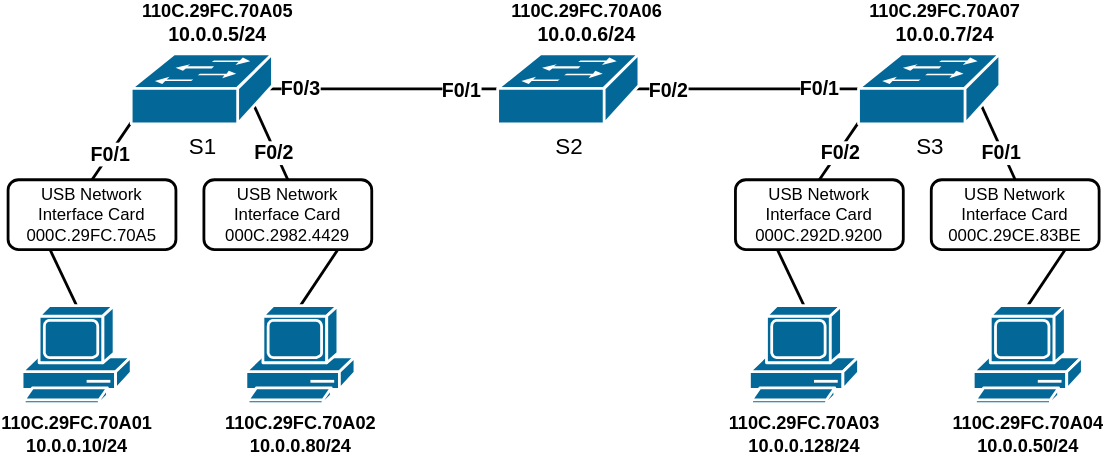
Earlier version of the draw.io export docs/Networking/Switching/assets/switch_beispiel.drawio.svg (kuchapo/UNYKAD). Source tidied: cells renumbered, new cells last; positions are measured from the earlier drawing's top-left corner, leaving out a move shared by most shapes.
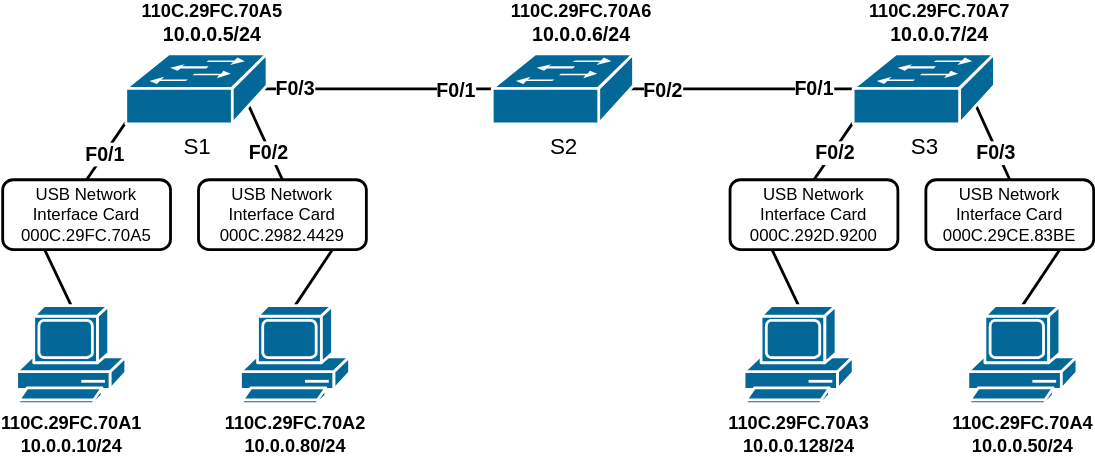
The same diagram one commit later.

Change to the diagram source:
```diff
@@ -25,7 +25,7 @@
     <mxCell id="8" style="endArrow=none;html=1;rounded=0;exitX=0.5;exitY=0;exitDx=0;exitDy=0;exitPerimeter=0;entryX=0.87;entryY=0.74;entryDx=0;entryDy=0;entryPerimeter=0;strokeWidth=2;" parent="1" edge="1" source="17" target="27">
       <mxGeometry relative="1" as="geometry" />
     </mxCell>
-    <mxCell id="9" value="&lt;b&gt;&lt;font style=&quot;font-size: 14px;&quot;&gt;F0/1&lt;/font&gt;&lt;/b&gt;" style="edgeLabel;html=1;align=center;verticalAlign=middle;" parent="8" vertex="1">
+    <mxCell id="9" value="&lt;b&gt;&lt;font style=&quot;font-size: 14px;&quot;&gt;F0/3&lt;/font&gt;&lt;/b&gt;" style="edgeLabel;html=1;align=center;verticalAlign=middle;" parent="8" vertex="1">
       <mxGeometry x="0.08" y="1" relative="1" as="geometry">
         <mxPoint x="3" y="8" as="offset" />
       </mxGeometry>
@@ -54,16 +54,16 @@
     <mxCell id="17" value="&lt;div&gt;USB Network Interface Card&lt;/div&gt;000C.29CE.83BE" style="rounded=1;whiteSpace=wrap;html=1;fillColor=default;strokeWidth=2;" parent="1" vertex="1">
       <mxGeometry x="660" y="127" width="120" height="50" as="geometry" />
     </mxCell>
-    <mxCell id="18" value="&lt;font style=&quot;font-size: 13px;&quot;&gt;&lt;b&gt;110C.29FC.70A01&lt;/b&gt;&lt;/font&gt;&lt;div&gt;&lt;font style=&quot;font-size: 13px;&quot;&gt;&lt;b&gt;10.0.0.10/24&lt;/b&gt;&lt;/font&gt;&lt;/div&gt;" style="shape=mxgraph.cisco.computers_and_peripherals.pc;sketch=0;html=1;dashed=0;fillColor=#036897;strokeColor=#ffffff;strokeWidth=2;verticalLabelPosition=bottom;verticalAlign=top;align=center;outlineConnect=0;" parent="1" vertex="1">
+    <mxCell id="18" value="&lt;font style=&quot;font-size: 13px;&quot;&gt;&lt;b&gt;110C.29FC.70A1&lt;/b&gt;&lt;/font&gt;&lt;div&gt;&lt;font style=&quot;font-size: 13px;&quot;&gt;&lt;b&gt;10.0.0.10/24&lt;/b&gt;&lt;/font&gt;&lt;/div&gt;" style="shape=mxgraph.cisco.computers_and_peripherals.pc;sketch=0;html=1;dashed=0;fillColor=#036897;strokeColor=#ffffff;strokeWidth=2;verticalLabelPosition=bottom;verticalAlign=top;align=center;outlineConnect=0;" parent="1" vertex="1">
       <mxGeometry x="10" y="217" width="78" height="70" as="geometry" />
     </mxCell>
-    <mxCell id="19" value="&lt;b&gt;&lt;font style=&quot;font-size: 13px;&quot;&gt;110C.29FC.70A02&lt;/font&gt;&lt;/b&gt;&lt;div&gt;&lt;b&gt;&lt;font style=&quot;font-size: 13px;&quot;&gt;10.0.0.80/24&lt;/font&gt;&lt;/b&gt;&lt;/div&gt;" style="shape=mxgraph.cisco.computers_and_peripherals.pc;sketch=0;html=1;dashed=0;fillColor=#036897;strokeColor=#ffffff;strokeWidth=2;verticalLabelPosition=bottom;verticalAlign=top;align=center;outlineConnect=0;" parent="1" vertex="1">
+    <mxCell id="19" value="&lt;b&gt;&lt;font style=&quot;font-size: 13px;&quot;&gt;110C.29FC.70A2&lt;/font&gt;&lt;/b&gt;&lt;div&gt;&lt;b&gt;&lt;font style=&quot;font-size: 13px;&quot;&gt;10.0.0.80/24&lt;/font&gt;&lt;/b&gt;&lt;/div&gt;" style="shape=mxgraph.cisco.computers_and_peripherals.pc;sketch=0;html=1;dashed=0;fillColor=#036897;strokeColor=#ffffff;strokeWidth=2;verticalLabelPosition=bottom;verticalAlign=top;align=center;outlineConnect=0;" parent="1" vertex="1">
       <mxGeometry x="170" y="217" width="78" height="70" as="geometry" />
     </mxCell>
-    <mxCell id="20" value="&lt;font style=&quot;font-size: 13px;&quot;&gt;&lt;b&gt;110C.29FC.70A03&lt;/b&gt;&lt;/font&gt;&lt;div&gt;&lt;font style=&quot;font-size: 13px;&quot;&gt;&lt;b&gt;10.0.0.128/24&lt;/b&gt;&lt;/font&gt;&lt;/div&gt;" style="shape=mxgraph.cisco.computers_and_peripherals.pc;sketch=0;html=1;dashed=0;fillColor=#036897;strokeColor=#ffffff;strokeWidth=2;verticalLabelPosition=bottom;verticalAlign=top;align=center;outlineConnect=0;" parent="1" vertex="1">
+    <mxCell id="20" value="&lt;font style=&quot;font-size: 13px;&quot;&gt;&lt;b&gt;110C.29FC.70A3&lt;/b&gt;&lt;/font&gt;&lt;div&gt;&lt;font style=&quot;font-size: 13px;&quot;&gt;&lt;b&gt;10.0.0.128/24&lt;/b&gt;&lt;/font&gt;&lt;/div&gt;" style="shape=mxgraph.cisco.computers_and_peripherals.pc;sketch=0;html=1;dashed=0;fillColor=#036897;strokeColor=#ffffff;strokeWidth=2;verticalLabelPosition=bottom;verticalAlign=top;align=center;outlineConnect=0;" parent="1" vertex="1">
       <mxGeometry x="530" y="217" width="78" height="70" as="geometry" />
     </mxCell>
-    <mxCell id="21" value="&lt;font style=&quot;font-size: 13px;&quot;&gt;&lt;b&gt;110C.29FC.70A04&lt;/b&gt;&lt;/font&gt;&lt;div&gt;&lt;font style=&quot;font-size: 13px;&quot;&gt;&lt;b&gt;10.0.0.50/24&lt;/b&gt;&lt;/font&gt;&lt;/div&gt;" style="shape=mxgraph.cisco.computers_and_peripherals.pc;sketch=0;html=1;dashed=0;fillColor=#036897;strokeColor=#ffffff;strokeWidth=2;verticalLabelPosition=bottom;verticalAlign=top;align=center;outlineConnect=0;" parent="1" vertex="1">
+    <mxCell id="21" value="&lt;font style=&quot;font-size: 13px;&quot;&gt;&lt;b&gt;110C.29FC.70A4&lt;/b&gt;&lt;/font&gt;&lt;div&gt;&lt;font style=&quot;font-size: 13px;&quot;&gt;&lt;b&gt;10.0.0.50/24&lt;/b&gt;&lt;/font&gt;&lt;/div&gt;" style="shape=mxgraph.cisco.computers_and_peripherals.pc;sketch=0;html=1;dashed=0;fillColor=#036897;strokeColor=#ffffff;strokeWidth=2;verticalLabelPosition=bottom;verticalAlign=top;align=center;outlineConnect=0;" parent="1" vertex="1">
       <mxGeometry x="690" y="217" width="78" height="70" as="geometry" />
     </mxCell>
     <mxCell id="22" style="endArrow=none;html=1;rounded=0;exitX=0.98;exitY=0.5;exitDx=0;exitDy=0;exitPerimeter=0;entryX=0;entryY=0.5;entryDx=0;entryDy=0;entryPerimeter=0;strokeWidth=2;" parent="1" edge="1" source="28" target="27">
@@ -90,13 +90,13 @@
     <mxCell id="29" value="&lt;font style=&quot;font-size: 16px;&quot;&gt;S2&lt;/font&gt;" style="shape=mxgraph.cisco.switches.workgroup_switch;sketch=0;html=1;dashed=0;fillColor=#036897;strokeColor=#ffffff;strokeWidth=2;verticalLabelPosition=bottom;verticalAlign=top;align=center;" parent="1" vertex="1">
       <mxGeometry x="350" y="37" width="101" height="50" as="geometry" />
     </mxCell>
-    <mxCell id="30" value="&lt;b style=&quot;font-size: 13px; text-wrap-mode: nowrap;&quot;&gt;110C.29FC.70A05&lt;/b&gt;&lt;div&gt;&lt;b&gt;&lt;font style=&quot;font-size: 14px;&quot;&gt;10.0.0.5/24&lt;/font&gt;&lt;/b&gt;&lt;/div&gt;" style="text;html=1;align=center;verticalAlign=middle;whiteSpace=wrap;rounded=0;" parent="1" vertex="1">
+    <mxCell id="30" value="&lt;b style=&quot;font-size: 13px; text-wrap-mode: nowrap;&quot;&gt;110C.29FC.70A5&lt;/b&gt;&lt;div&gt;&lt;b&gt;&lt;font style=&quot;font-size: 14px;&quot;&gt;10.0.0.5/24&lt;/font&gt;&lt;/b&gt;&lt;/div&gt;" style="text;html=1;align=center;verticalAlign=middle;whiteSpace=wrap;rounded=0;" parent="1" vertex="1">
       <mxGeometry x="120" width="60" height="30" as="geometry" />
     </mxCell>
-    <mxCell id="31" value="&lt;b style=&quot;font-size: 13px; text-wrap-mode: nowrap;&quot;&gt;110C.29FC.70A06&lt;/b&gt;&lt;div&gt;&lt;b&gt;&lt;font style=&quot;font-size: 14px;&quot;&gt;10.0.0.6/24&lt;/font&gt;&lt;/b&gt;&lt;/div&gt;" style="text;html=1;align=center;verticalAlign=middle;whiteSpace=wrap;rounded=0;" parent="1" vertex="1">
+    <mxCell id="31" value="&lt;b style=&quot;font-size: 13px; text-wrap-mode: nowrap;&quot;&gt;110C.29FC.70A&lt;/b&gt;&lt;b style=&quot;background-color: transparent; color: light-dark(rgb(0, 0, 0), rgb(255, 255, 255)); text-wrap-mode: nowrap; font-size: 13px;&quot;&gt;6&lt;/b&gt;&lt;div&gt;&lt;div&gt;&lt;b&gt;&lt;font style=&quot;font-size: 14px;&quot;&gt;10.0.0.6/24&lt;/font&gt;&lt;/b&gt;&lt;/div&gt;&lt;/div&gt;" style="text;html=1;align=center;verticalAlign=middle;whiteSpace=wrap;rounded=0;" parent="1" vertex="1">
       <mxGeometry x="383.5" width="60" height="30" as="geometry" />
     </mxCell>
-    <mxCell id="32" value="&lt;b style=&quot;font-size: 13px; text-wrap-mode: nowrap;&quot;&gt;110C.29FC.70A07&lt;/b&gt;&lt;div&gt;&lt;b&gt;&lt;font style=&quot;font-size: 14px;&quot;&gt;10.0.0.7/24&lt;/font&gt;&lt;/b&gt;&lt;/div&gt;" style="text;html=1;align=center;verticalAlign=middle;whiteSpace=wrap;rounded=0;" parent="1" vertex="1">
+    <mxCell id="32" value="&lt;b style=&quot;font-size: 13px; text-wrap-mode: nowrap;&quot;&gt;110C.29FC.70A7&lt;/b&gt;&lt;div&gt;&lt;b&gt;&lt;font style=&quot;font-size: 14px;&quot;&gt;10.0.0.7/24&lt;/font&gt;&lt;/b&gt;&lt;/div&gt;" style="text;html=1;align=center;verticalAlign=middle;whiteSpace=wrap;rounded=0;" parent="1" vertex="1">
       <mxGeometry x="640" width="60" height="30" as="geometry" />
     </mxCell>
   </root>
```
